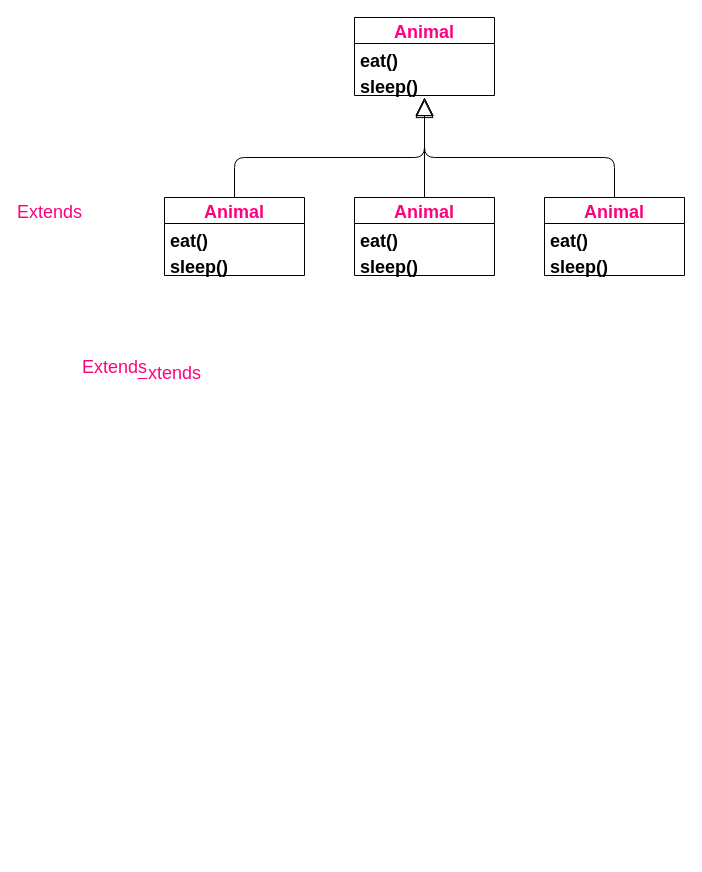
This is 多态.drawio from C-wx/MindManager, a draw.io file, before an edit. Source tidied: cells renumbered, new cells numbered last; positions are measured from the earlier drawing's top-left corner, leaving out a move shared by most shapes. Both pictures are drawn from the tidied source at 100%, with x=0, y=0 at pixel (164, 17).
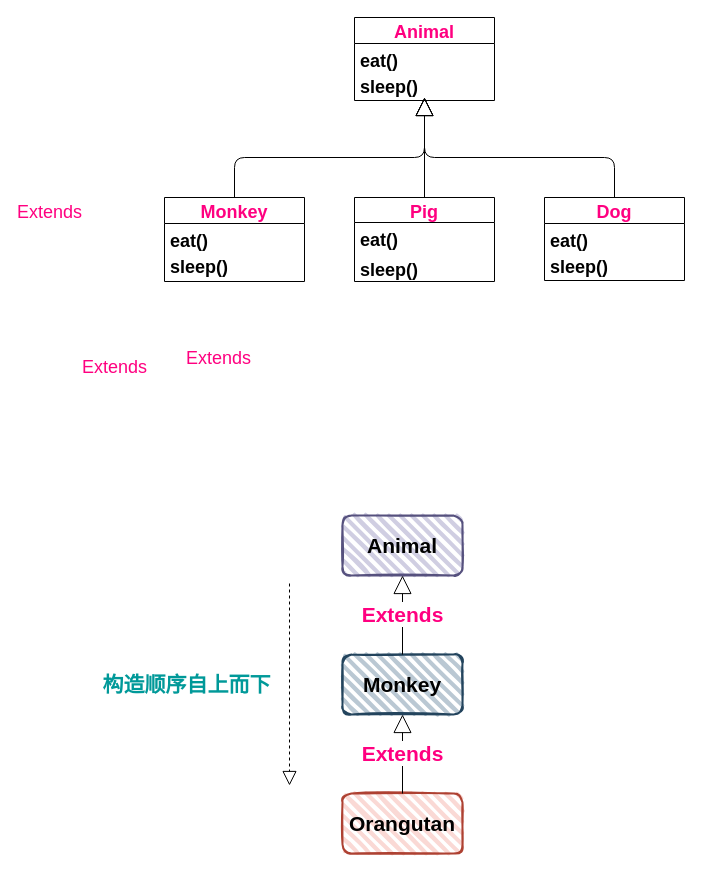
Above is the later version.

What changed in the source:
```diff
@@
     <mxCell id="2" value="Animal" style="swimlane;fontStyle=1;horizontal=1;startSize=26;fillColor=none;fontSize=18;fontColor=#FF0080;" parent="1" vertex="1">
-      <mxGeometry x="190" width="140" height="78" as="geometry" />
+      <mxGeometry x="190" width="140" height="83" as="geometry" />
     </mxCell>
@@
     <mxCell id="4" value="sleep()" style="text;strokeColor=none;fillColor=none;align=left;verticalAlign=top;spacingLeft=4;spacingRight=4;overflow=hidden;points=[[0,0.5],[1,0.5]];portConstraint=eastwest;fontSize=18;fontStyle=1;" parent="2" vertex="1">
-      <mxGeometry y="52" width="140" height="26" as="geometry" />
+      <mxGeometry y="52" width="140" height="31" as="geometry" />
     </mxCell>
-    <mxCell id="5" value="Animal" style="swimlane;fontStyle=1;horizontal=1;startSize=26;fillColor=none;fontSize=18;fontColor=#FF0080;" parent="1" vertex="1">
-      <mxGeometry y="180" width="140" height="78" as="geometry" />
+    <mxCell id="5" value="Monkey" style="swimlane;fontStyle=1;horizontal=1;startSize=26;fillColor=none;fontSize=18;fontColor=#FF0080;" parent="1" vertex="1">
+      <mxGeometry y="180" width="140" height="84" as="geometry" />
     </mxCell>
@@
     <mxCell id="7" value="sleep()" style="text;strokeColor=none;fillColor=none;align=left;verticalAlign=top;spacingLeft=4;spacingRight=4;overflow=hidden;fontSize=18;fontStyle=1;" parent="5" vertex="1">
-      <mxGeometry y="52" width="140" height="26" as="geometry" />
+      <mxGeometry y="52" width="140" height="32" as="geometry" />
     </mxCell>
-    <mxCell id="8" value="Animal" style="swimlane;fontStyle=1;horizontal=1;startSize=26;fillColor=none;fontSize=18;fontColor=#FF0080;" parent="1" vertex="1">
-      <mxGeometry x="190" y="180" width="140" height="78" as="geometry" />
+    <mxCell id="8" value="Pig" style="swimlane;fontStyle=1;horizontal=1;startSize=25;fillColor=none;fontSize=18;fontColor=#FF0080;" parent="1" vertex="1">
+      <mxGeometry x="190" y="180" width="140" height="84" as="geometry" />
     </mxCell>
     <mxCell id="9" value="eat()" style="text;strokeColor=none;fillColor=none;align=left;verticalAlign=top;spacingLeft=4;spacingRight=4;overflow=hidden;fontSize=18;fontStyle=1;" parent="8" vertex="1">
-      <mxGeometry y="26" width="140" height="26" as="geometry" />
+      <mxGeometry y="25" width="140" height="30" as="geometry" />
     </mxCell>
     <mxCell id="10" value="sleep()" style="text;strokeColor=none;fillColor=none;align=left;verticalAlign=top;spacingLeft=4;spacingRight=4;overflow=hidden;fontSize=18;fontStyle=1;" parent="8" vertex="1">
-      <mxGeometry y="52" width="140" height="26" as="geometry" />
+      <mxGeometry y="55" width="140" height="29" as="geometry" />
     </mxCell>
-    <mxCell id="11" value="Animal" style="swimlane;fontStyle=1;horizontal=1;startSize=26;fillColor=none;fontSize=18;fontColor=#FF0080;" parent="1" vertex="1">
-      <mxGeometry x="380" y="180" width="140" height="78" as="geometry" />
+    <mxCell id="11" value="Dog" style="swimlane;fontStyle=1;horizontal=1;startSize=26;fillColor=none;fontSize=18;fontColor=#FF0080;" parent="1" vertex="1">
+      <mxGeometry x="380" y="180" width="140" height="83" as="geometry" />
     </mxCell>
@@
     <mxCell id="13" value="sleep()" style="text;strokeColor=none;fillColor=none;align=left;verticalAlign=top;spacingLeft=4;spacingRight=4;overflow=hidden;fontSize=18;fontStyle=1;" parent="11" vertex="1">
-      <mxGeometry y="52" width="140" height="26" as="geometry" />
+      <mxGeometry y="52" width="140" height="31" as="geometry" />
     </mxCell>
-    <mxCell id="14" value="Extends" style="endArrow=block;endSize=16;endFill=0;html=1;fontSize=18;fontColor=#FF0080;entryX=0.5;entryY=1.154;entryDx=0;entryDy=0;entryPerimeter=0;exitX=0.5;exitY=0;exitDx=0;exitDy=0;edgeStyle=orthogonalEdgeStyle;" parent="1" edge="1" source="5" target="4">
+    <mxCell id="14" value="Extends" style="endArrow=block;endSize=16;endFill=0;html=1;fontSize=18;fontColor=#FF0080;exitX=0.5;exitY=0;exitDx=0;exitDy=0;edgeStyle=orthogonalEdgeStyle;fontStyle=0;" parent="1" edge="1" source="5">
       <mxGeometry x="-1" y="125" relative="1" as="geometry">
+        <mxPoint x="260" y="80" as="targetPoint" />
         <Array as="points">
           <mxPoint x="70" y="140" />
           <mxPoint x="260" y="140" />
         </Array>
         <mxPoint x="-60" y="15" as="offset" />
       </mxGeometry>
     </mxCell>
     <mxCell id="15" value="Extends" style="endArrow=block;endSize=16;endFill=0;html=1;fontSize=18;fontColor=#FF0080;exitX=0.5;exitY=0;exitDx=0;exitDy=0;edgeStyle=orthogonalEdgeStyle;" parent="1" edge="1" source="11">
-      <mxGeometry x="-1" y="226" relative="1" as="geometry">
+      <mxGeometry x="0.59" y="289" relative="1" as="geometry">
         <mxPoint x="260" y="80" as="targetPoint" />
         <Array as="points">
           <mxPoint x="450" y="140" />
           <mxPoint x="260" y="140" />
         </Array>
-        <mxPoint x="-220" y="176" as="offset" />
+        <mxPoint x="83" y="202" as="offset" />
       </mxGeometry>
     </mxCell>
@@
+    <mxCell id="17" value="Animal" style="rounded=1;whiteSpace=wrap;html=1;strokeWidth=2;fillWeight=4;hachureGap=8;hachureAngle=45;fillColor=#d0cee2;sketch=1;fontSize=21;strokeColor=#56517e;fontStyle=1;" parent="1" vertex="1">
+      <mxGeometry x="178" y="498" width="120" height="60" as="geometry" />
+    </mxCell>
+    <mxCell id="18" value="Orangutan" style="rounded=1;whiteSpace=wrap;html=1;strokeWidth=2;fillWeight=4;hachureGap=8;hachureAngle=45;fillColor=#fad9d5;sketch=1;fontSize=21;strokeColor=#ae4132;fontStyle=1;" parent="1" vertex="1">
+      <mxGeometry x="178" y="776" width="120" height="60" as="geometry" />
+    </mxCell>
+    <mxCell id="19" value="Monkey" style="rounded=1;whiteSpace=wrap;html=1;strokeWidth=2;fillWeight=4;hachureGap=8;hachureAngle=45;fillColor=#bac8d3;sketch=1;fontSize=21;strokeColor=#23445d;fontStyle=1;" parent="1" vertex="1">
+      <mxGeometry x="178" y="637" width="120" height="60" as="geometry" />
+    </mxCell>
+    <mxCell id="20" value="Extends" style="endArrow=block;endSize=16;endFill=0;html=1;fontSize=21;fontColor=#FF0080;entryX=0.5;entryY=1;entryDx=0;entryDy=0;fontStyle=1;" parent="1" edge="1" source="19" target="17">
+      <mxGeometry relative="1" as="geometry" />
+    </mxCell>
+    <mxCell id="21" value="Extends" style="endArrow=block;endSize=16;endFill=0;html=1;fontSize=21;fontColor=#FF0080;entryX=0.5;entryY=1;entryDx=0;entryDy=0;exitX=0.5;exitY=0;exitDx=0;exitDy=0;fontStyle=1;" parent="1" edge="1" source="18" target="19">
+      <mxGeometry relative="1" as="geometry" />
+    </mxCell>
+    <mxCell id="22" style="endArrow=block;dashed=1;endFill=0;endSize=12;html=1;fontSize=21;fontColor=#FF0080;" parent="1" edge="1">
+      <mxGeometry relative="1" as="geometry">
+        <mxPoint x="125" y="566" as="sourcePoint" />
+        <mxPoint x="125" y="768" as="targetPoint" />
+      </mxGeometry>
+    </mxCell>
+    <mxCell id="23" value="&lt;b&gt;&lt;font color=&quot;#009999&quot;&gt;构造顺序自上而下&lt;/font&gt;&lt;/b&gt;" style="text;html=1;align=center;verticalAlign=middle;fontSize=21;fontColor=#FF0080;" parent="1" vertex="1">
+      <mxGeometry x="-67" y="652.5" width="178" height="29" as="geometry" />
+    </mxCell>
```
